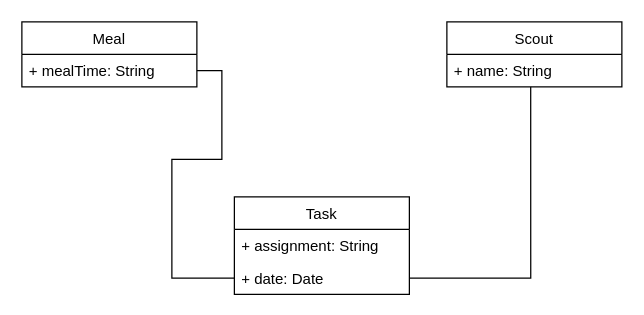
tammyhuynh/CSULBProjects keeps this draw.io diagram as page "Page-1" (1 of 2) of Untitled Diagram.drawio. Above is the earlier version. Source tidied: cells renumbered, new cells numbered last; positions are measured from the earlier drawing's top-left corner, leaving out a move shared by most shapes. Both pictures are drawn from the tidied source at 125%, with x=0, y=0 at pixel (21, 21).
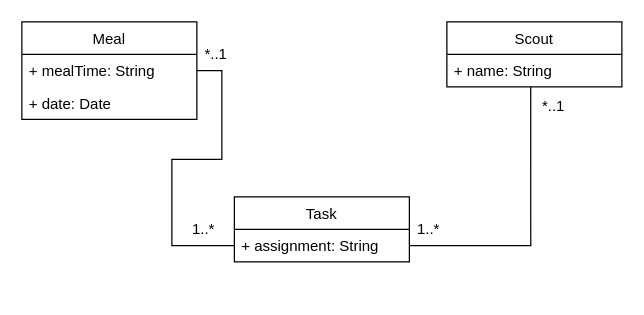
The same diagram, later.

Diff of the diagram source:
```diff
@@
 <mxGraphModel>
   <root>
     <mxCell id="0" />
     <mxCell id="1" parent="0" />
     <mxCell id="2" value="Meal" style="swimlane;fontStyle=0;horizontal=1;startSize=26;fillColor=none;" parent="1" vertex="1">
-      <mxGeometry width="140" height="52" as="geometry" />
+      <mxGeometry width="140" height="78" as="geometry" />
     </mxCell>
     <mxCell id="3" value="+ mealTime: String&#10;" style="text;strokeColor=none;fillColor=none;align=left;verticalAlign=top;spacingLeft=4;spacingRight=4;overflow=hidden;points=[[0,0.5],[1,0.5]];portConstraint=eastwest;" parent="2" vertex="1">
       <mxGeometry y="26" width="140" height="26" as="geometry" />
     </mxCell>
+    <mxCell id="8" value="+ date: Date" style="text;strokeColor=none;fillColor=none;align=left;verticalAlign=top;spacingLeft=4;spacingRight=4;overflow=hidden;points=[[0,0.5],[1,0.5]];portConstraint=eastwest;" parent="2" vertex="1">
+      <mxGeometry y="52" width="140" height="26" as="geometry" />
+    </mxCell>
     <mxCell id="4" value="Scout" style="swimlane;fontStyle=0;horizontal=1;startSize=26;fillColor=none;" parent="1" vertex="1">
       <mxGeometry x="340" width="140" height="52" as="geometry" />
     </mxCell>
     <mxCell id="5" value="+ name: String" style="text;strokeColor=none;fillColor=none;align=left;verticalAlign=top;spacingLeft=4;spacingRight=4;overflow=hidden;points=[[0,0.5],[1,0.5]];portConstraint=eastwest;" parent="4" vertex="1">
       <mxGeometry y="26" width="140" height="26" as="geometry" />
     </mxCell>
     <mxCell id="6" value="Task" style="swimlane;fontStyle=0;horizontal=1;startSize=26;fillColor=none;" parent="1" vertex="1">
-      <mxGeometry x="170" y="140" width="140" height="78" as="geometry" />
+      <mxGeometry x="170" y="140" width="140" height="52" as="geometry" />
     </mxCell>
     <mxCell id="7" value="+ assignment: String" style="text;strokeColor=none;fillColor=none;align=left;verticalAlign=top;spacingLeft=4;spacingRight=4;overflow=hidden;points=[[0,0.5],[1,0.5]];portConstraint=eastwest;" parent="6" vertex="1">
       <mxGeometry y="26" width="140" height="26" as="geometry" />
     </mxCell>
-    <mxCell id="8" value="+ date: Date" style="text;strokeColor=none;fillColor=none;align=left;verticalAlign=top;spacingLeft=4;spacingRight=4;overflow=hidden;points=[[0,0.5],[1,0.5]];portConstraint=eastwest;" parent="6" vertex="1">
-      <mxGeometry y="52" width="140" height="26" as="geometry" />
-    </mxCell>
-    <mxCell id="9" style="edgeStyle=orthogonalEdgeStyle;rounded=0;jettySize=auto;html=1;exitX=1;exitY=0.5;exitDx=0;exitDy=0;entryX=0;entryY=0.5;entryDx=0;entryDy=0;endArrow=none;endFill=0;" parent="1" edge="1" source="3" target="8">
+    <mxCell id="9" style="edgeStyle=orthogonalEdgeStyle;rounded=0;jettySize=auto;html=1;exitX=1;exitY=0.5;exitDx=0;exitDy=0;entryX=0;entryY=0.5;entryDx=0;entryDy=0;endArrow=none;endFill=0;" parent="1" edge="1" source="3" target="7">
       <mxGeometry relative="1" as="geometry">
         <Array as="points">
           <mxPoint x="160" y="39" />
           <mxPoint x="160" y="110" />
           <mxPoint x="120" y="110" />
-          <mxPoint x="120" y="205" />
+          <mxPoint x="120" y="179" />
         </Array>
       </mxGeometry>
     </mxCell>
-    <mxCell id="10" style="edgeStyle=orthogonalEdgeStyle;rounded=0;jettySize=auto;html=1;exitX=1;exitY=0.5;exitDx=0;exitDy=0;entryX=0.479;entryY=1;entryDx=0;entryDy=0;endArrow=none;endFill=0;entryPerimeter=0;" parent="1" edge="1" source="8" target="5">
+    <mxCell id="10" style="edgeStyle=orthogonalEdgeStyle;rounded=0;jettySize=auto;html=1;exitX=1;exitY=0.5;exitDx=0;exitDy=0;entryX=0.479;entryY=1;entryDx=0;entryDy=0;endArrow=none;endFill=0;entryPerimeter=0;" parent="1" edge="1" source="7" target="5">
       <mxGeometry relative="1" as="geometry" />
     </mxCell>
+    <mxCell id="11" value="1..*" style="text;html=1;align=center;verticalAlign=middle;strokeColor=none;fillColor=none;" parent="1" vertex="1">
+      <mxGeometry x="310" y="156" width="30" height="20" as="geometry" />
+    </mxCell>
+    <mxCell id="12" value="1..*" style="text;html=1;align=center;verticalAlign=middle;strokeColor=none;fillColor=none;" parent="1" vertex="1">
+      <mxGeometry x="130" y="156" width="30" height="20" as="geometry" />
+    </mxCell>
+    <mxCell id="13" value="*..1" style="text;html=1;align=center;verticalAlign=middle;strokeColor=none;fillColor=none;" parent="1" vertex="1">
+      <mxGeometry x="140" y="16" width="30" height="20" as="geometry" />
+    </mxCell>
+    <mxCell id="14" value="*..1" style="text;html=1;align=center;verticalAlign=middle;strokeColor=none;fillColor=none;" parent="1" vertex="1">
+      <mxGeometry x="410" y="58" width="30" height="20" as="geometry" />
+    </mxCell>
   </root>
 </mxGraphModel>
```
